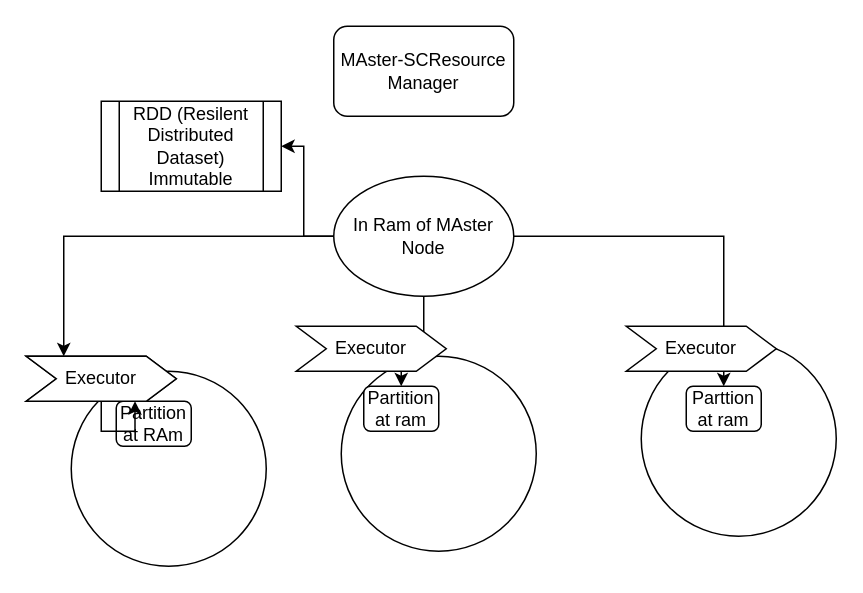
Earlier version of the draw.io diagram Spark.drawio (anantwag19/Workspace). Source tidied: cells renumbered, new cells numbered last; positions are measured from the earlier drawing's top-left corner, leaving out a move shared by most shapes. Both pictures are drawn from the tidied source at 150%, with x=0, y=0 at pixel (26, 26).
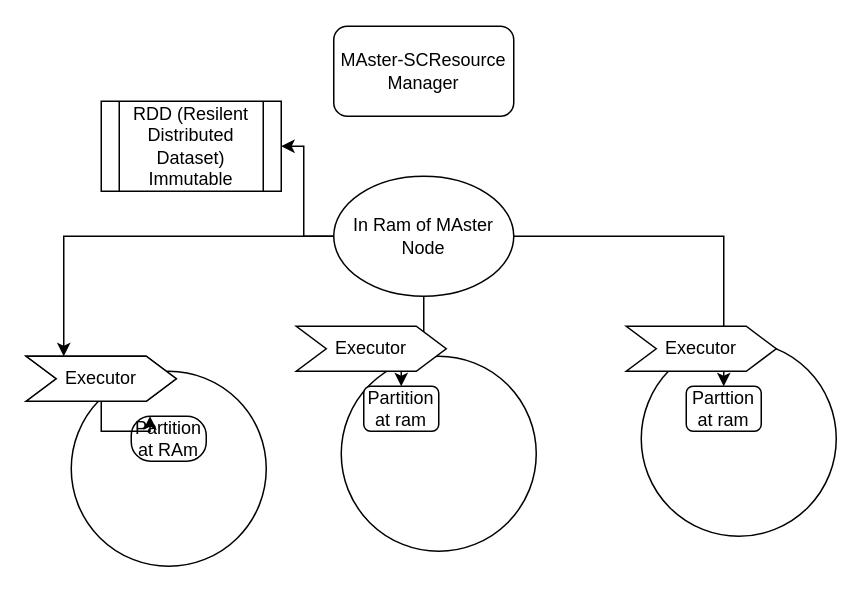
After the change.

What changed in the source:
```diff
@@
 <mxGraphModel>
   <root>
     <mxCell id="0" />
     <mxCell id="1" parent="0" />
     <mxCell id="2" value="MAster-SCResource Manager " style="rounded=1;whiteSpace=wrap;html=1;" parent="1" vertex="1">
       <mxGeometry x="205" width="120" height="60" as="geometry" />
     </mxCell>
     <mxCell id="3" style="ellipse;whiteSpace=wrap;html=1;" parent="1" vertex="1">
       <mxGeometry x="30" y="230" width="130" height="130" as="geometry" />
     </mxCell>
     <mxCell id="4" style="ellipse;whiteSpace=wrap;html=1;" parent="1" vertex="1">
       <mxGeometry x="210" y="220" width="130" height="130" as="geometry" />
     </mxCell>
     <mxCell id="5" style="ellipse;whiteSpace=wrap;html=1;" parent="1" vertex="1">
       <mxGeometry x="410" y="210" width="130" height="130" as="geometry" />
     </mxCell>
-    <mxCell id="6" value="Partition at RAm " style="rounded=1;whiteSpace=wrap;html=1;" parent="1" vertex="1">
-      <mxGeometry x="60" y="250" width="50" height="30" as="geometry" />
+    <mxCell id="6" value="Partition at RAm " style="rounded=1;whiteSpace=wrap;html=1;arcSize=43;" parent="1" vertex="1">
+      <mxGeometry x="70" y="260" width="50" height="30" as="geometry" />
     </mxCell>
     <mxCell id="7" value="Partition at ram" style="rounded=1;whiteSpace=wrap;html=1;" parent="1" vertex="1">
       <mxGeometry x="225" y="240" width="50" height="30" as="geometry" />
     </mxCell>
     <mxCell id="8" value="Parttion at ram " style="rounded=1;whiteSpace=wrap;html=1;" parent="1" vertex="1">
       <mxGeometry x="440" y="240" width="50" height="30" as="geometry" />
     </mxCell>
     <mxCell id="9" style="edgeStyle=orthogonalEdgeStyle;rounded=0;jettySize=auto;html=1;entryX=0.25;entryY=0;entryDx=0;entryDy=0;" parent="1" edge="1" source="14" target="6">
       <mxGeometry relative="1" as="geometry" />
     </mxCell>
     <mxCell id="10" style="edgeStyle=orthogonalEdgeStyle;rounded=0;jettySize=auto;html=1;" parent="1" edge="1" source="13" target="7">
       <mxGeometry relative="1" as="geometry" />
     </mxCell>
     <mxCell id="11" style="edgeStyle=orthogonalEdgeStyle;rounded=0;jettySize=auto;html=1;" parent="1" edge="1" source="13" target="8">
       <mxGeometry relative="1" as="geometry" />
     </mxCell>
     <mxCell id="12" style="edgeStyle=orthogonalEdgeStyle;rounded=0;jettySize=auto;html=1;entryX=1;entryY=0.5;entryDx=0;entryDy=0;" parent="1" edge="1" source="13" target="19">
       <mxGeometry relative="1" as="geometry" />
     </mxCell>
     <mxCell id="13" value="In Ram of MAster Node " style="ellipse;whiteSpace=wrap;html=1;" parent="1" vertex="1">
       <mxGeometry x="205" y="100" width="120" height="80" as="geometry" />
     </mxCell>
     <mxCell id="14" value="Executor" style="shape=step;perimeter=stepPerimeter;whiteSpace=wrap;html=1;fixedSize=1;" parent="1" vertex="1">
       <mxGeometry y="220" width="100" height="30" as="geometry" />
     </mxCell>
     <mxCell id="15" style="edgeStyle=orthogonalEdgeStyle;rounded=0;jettySize=auto;html=1;entryX=0.25;entryY=0;entryDx=0;entryDy=0;" parent="1" edge="1" source="13" target="14">
       <mxGeometry relative="1" as="geometry" />
     </mxCell>
     <mxCell id="16" value="Executor" style="shape=step;perimeter=stepPerimeter;whiteSpace=wrap;html=1;fixedSize=1;" parent="1" vertex="1">
       <mxGeometry y="220" width="100" height="30" as="geometry" />
     </mxCell>
     <mxCell id="17" value="Executor" style="shape=step;perimeter=stepPerimeter;whiteSpace=wrap;html=1;fixedSize=1;" parent="1" vertex="1">
       <mxGeometry x="180" y="200" width="100" height="30" as="geometry" />
     </mxCell>
     <mxCell id="18" value="Executor" style="shape=step;perimeter=stepPerimeter;whiteSpace=wrap;html=1;fixedSize=1;" parent="1" vertex="1">
       <mxGeometry x="400" y="200" width="100" height="30" as="geometry" />
     </mxCell>
     <mxCell id="19" value="RDD (Resilent Distributed Dataset) Immutable " style="shape=process;whiteSpace=wrap;html=1;backgroundOutline=1;" parent="1" vertex="1">
       <mxGeometry x="50" y="50" width="120" height="60" as="geometry" />
     </mxCell>
   </root>
 </mxGraphModel>
```
